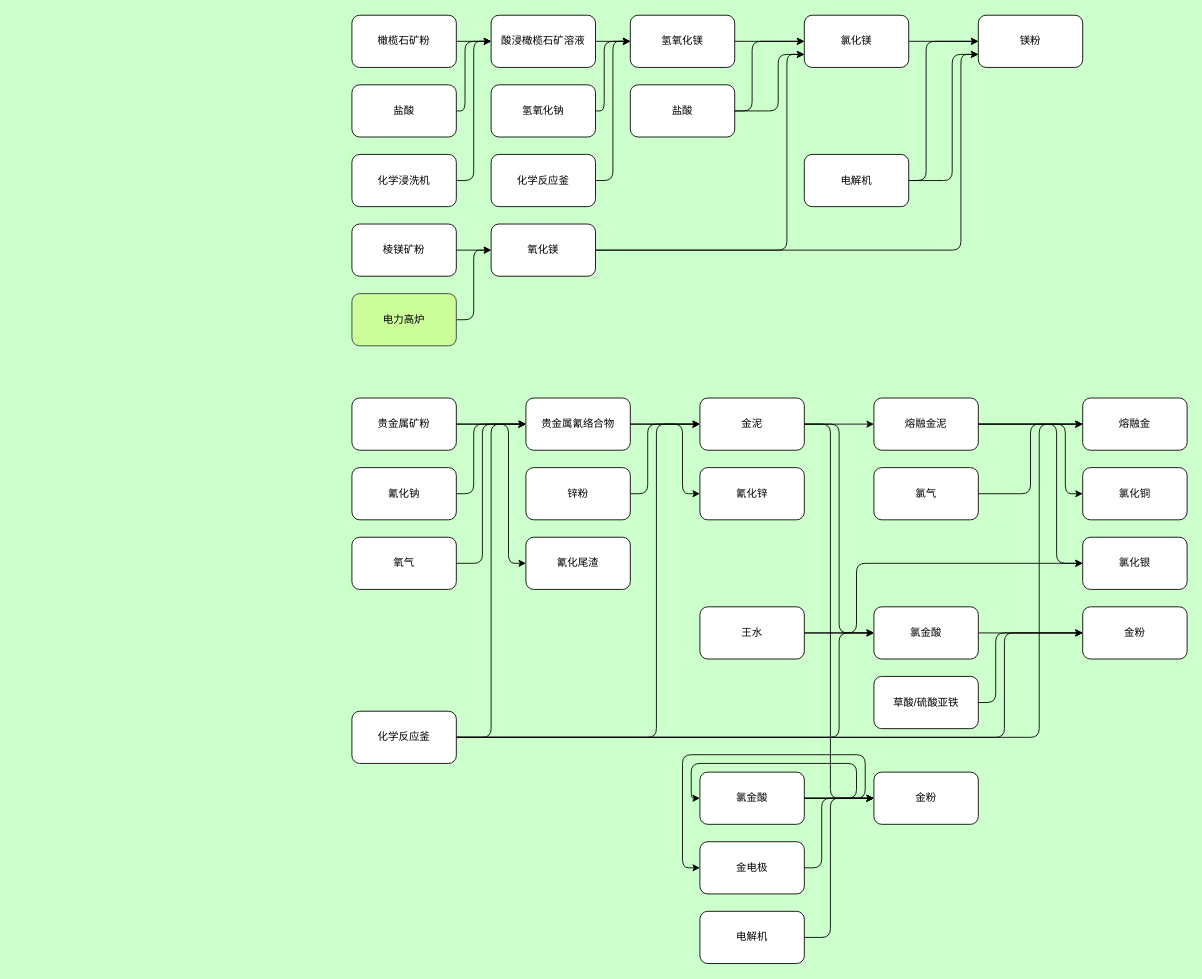
Earlier version of the draw.io diagram page "矿处" (3 of 3) of CTNH.drawio (CTNH-Team/CTNH-flow-chart). Source tidied: cells renumbered, new cells numbered last; positions are measured from the earlier drawing's top-left corner, leaving out a move shared by most shapes. Both pictures are drawn from the tidied source at 87%, with x=0, y=0 at pixel (351, 15).
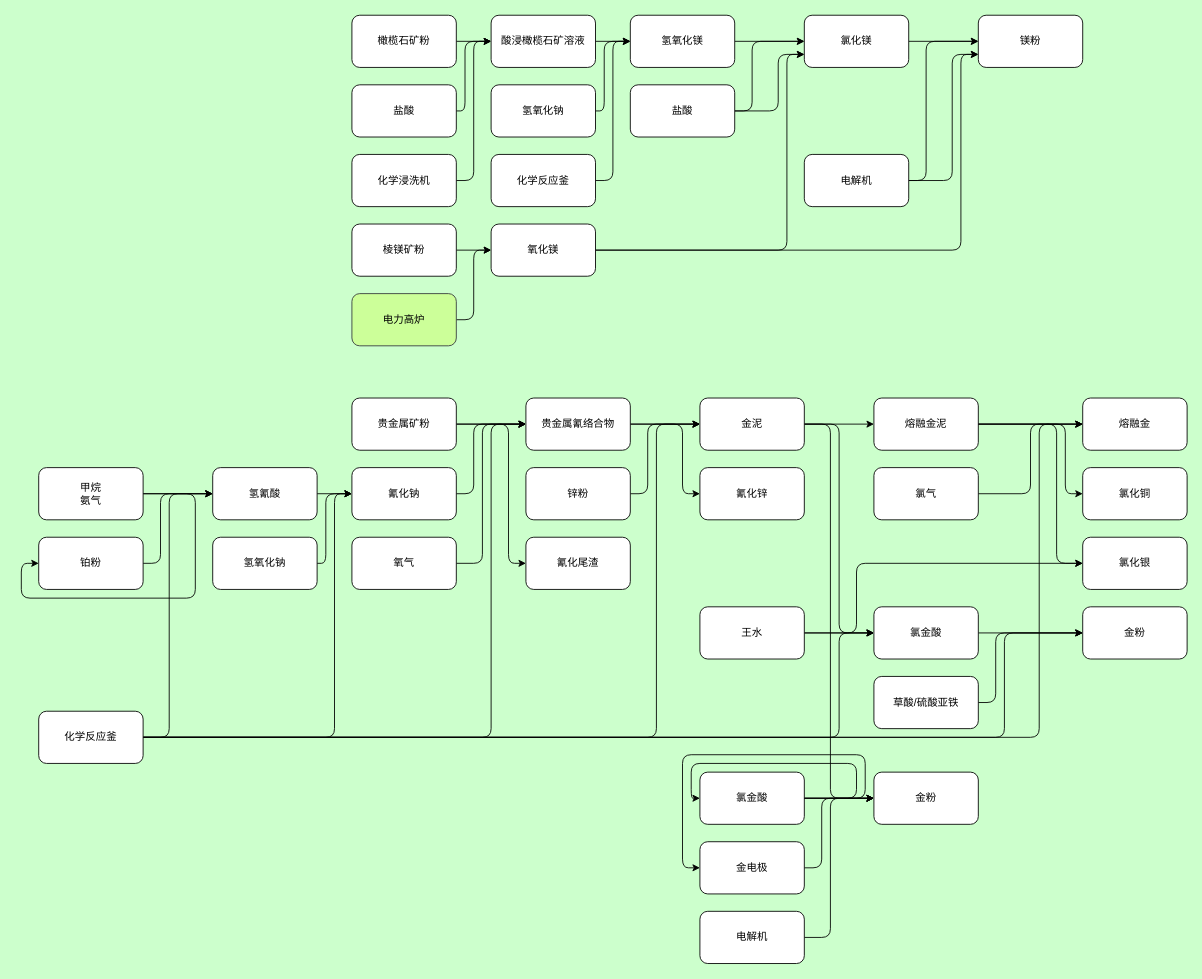
After the change.

Unchanged cells that the change refers to:
```xml
<mxCell id="36" value="氰化钠" style="rounded=1;whiteSpace=wrap;html=1;fontColor=light-dark(#000000,#000000);" parent="1" vertex="1">
  <mxGeometry y="520" width="120" height="60" as="geometry" />
</mxCell>
```

What changed in the source:
```diff
@@
+    <mxCell id="82" style="edgeStyle=orthogonalEdgeStyle;shape=connector;curved=0;rounded=1;jettySize=auto;html=1;exitX=1;exitY=0.5;exitDx=0;exitDy=0;entryX=0;entryY=0.5;entryDx=0;entryDy=0;strokeColor=default;align=center;verticalAlign=middle;fontFamily=Helvetica;fontSize=11;fontColor=default;labelBackgroundColor=default;endArrow=classic;" parent="1" edge="1" source="44" target="85">
+      <mxGeometry relative="1" as="geometry">
+        <Array as="points">
+          <mxPoint x="-210" y="830" />
+          <mxPoint x="-210" y="550" />
+        </Array>
+      </mxGeometry>
+    </mxCell>
+    <mxCell id="83" style="edgeStyle=orthogonalEdgeStyle;shape=connector;curved=0;rounded=1;jettySize=auto;html=1;exitX=1;exitY=0.5;exitDx=0;exitDy=0;entryX=0;entryY=0.5;entryDx=0;entryDy=0;strokeColor=default;align=center;verticalAlign=middle;fontFamily=Helvetica;fontSize=11;fontColor=default;labelBackgroundColor=default;endArrow=classic;" parent="1" edge="1" source="44" target="36">
+      <mxGeometry relative="1" as="geometry">
+        <Array as="points">
+          <mxPoint x="-20" y="830" />
+          <mxPoint x="-20" y="550" />
+        </Array>
+      </mxGeometry>
+    </mxCell>
     <mxCell id="44" value="化学反应釜" style="rounded=1;whiteSpace=wrap;html=1;fontColor=light-dark(#000000,#000000);" parent="1" vertex="1">
-      <mxGeometry y="800" width="120" height="60" as="geometry" />
+      <mxGeometry x="-360" y="800" width="120" height="60" as="geometry" />
     </mxCell>
@@
+    <mxCell id="84" style="edgeStyle=orthogonalEdgeStyle;shape=connector;curved=0;rounded=1;jettySize=auto;html=1;exitX=1;exitY=0.5;exitDx=0;exitDy=0;entryX=0;entryY=0.5;entryDx=0;entryDy=0;strokeColor=default;align=center;verticalAlign=middle;fontFamily=Helvetica;fontSize=11;fontColor=default;labelBackgroundColor=default;endArrow=classic;" parent="1" edge="1" source="85" target="36">
+      <mxGeometry relative="1" as="geometry" />
+    </mxCell>
+    <mxCell id="85" value="氢氰酸" style="rounded=1;whiteSpace=wrap;html=1;fontColor=light-dark(#000000,#000000);" parent="1" vertex="1">
+      <mxGeometry x="-160" y="520" width="120" height="60" as="geometry" />
+    </mxCell>
+    <mxCell id="86" style="edgeStyle=orthogonalEdgeStyle;shape=connector;curved=0;rounded=1;jettySize=auto;html=1;exitX=1;exitY=0.5;exitDx=0;exitDy=0;entryX=0;entryY=0.5;entryDx=0;entryDy=0;strokeColor=default;align=center;verticalAlign=middle;fontFamily=Helvetica;fontSize=11;fontColor=default;labelBackgroundColor=default;endArrow=classic;" parent="1" edge="1" source="88" target="85">
+      <mxGeometry relative="1" as="geometry" />
+    </mxCell>
+    <mxCell id="87" style="edgeStyle=orthogonalEdgeStyle;shape=connector;curved=0;rounded=1;jettySize=auto;html=1;exitX=1;exitY=0.5;exitDx=0;exitDy=0;entryX=0;entryY=0.5;entryDx=0;entryDy=0;strokeColor=default;align=center;verticalAlign=middle;fontFamily=Helvetica;fontSize=11;fontColor=default;labelBackgroundColor=default;endArrow=classic;" parent="1" edge="1" source="88" target="90">
+      <mxGeometry relative="1" as="geometry">
+        <Array as="points">
+          <mxPoint x="-180" y="550" />
+          <mxPoint x="-180" y="670" />
+          <mxPoint x="-380" y="670" />
+          <mxPoint x="-380" y="630" />
+        </Array>
+      </mxGeometry>
+    </mxCell>
+    <mxCell id="88" value="甲烷&lt;div&gt;氨气&lt;/div&gt;" style="rounded=1;whiteSpace=wrap;html=1;fontColor=light-dark(#000000,#000000);" parent="1" vertex="1">
+      <mxGeometry x="-360" y="520" width="120" height="60" as="geometry" />
+    </mxCell>
+    <mxCell id="89" style="edgeStyle=orthogonalEdgeStyle;shape=connector;curved=0;rounded=1;jettySize=auto;html=1;exitX=1;exitY=0.5;exitDx=0;exitDy=0;entryX=0;entryY=0.5;entryDx=0;entryDy=0;strokeColor=default;align=center;verticalAlign=middle;fontFamily=Helvetica;fontSize=11;fontColor=default;labelBackgroundColor=default;endArrow=classic;" parent="1" edge="1" source="90" target="85">
+      <mxGeometry relative="1" as="geometry">
+        <Array as="points">
+          <mxPoint x="-220" y="630" />
+          <mxPoint x="-220" y="550" />
+        </Array>
+      </mxGeometry>
+    </mxCell>
+    <mxCell id="90" value="铂粉" style="rounded=1;whiteSpace=wrap;html=1;fontColor=light-dark(#000000,#000000);" parent="1" vertex="1">
+      <mxGeometry x="-360" y="600" width="120" height="60" as="geometry" />
+    </mxCell>
+    <mxCell id="91" style="edgeStyle=orthogonalEdgeStyle;shape=connector;curved=0;rounded=1;jettySize=auto;html=1;exitX=1;exitY=0.5;exitDx=0;exitDy=0;entryX=0;entryY=0.5;entryDx=0;entryDy=0;strokeColor=default;align=center;verticalAlign=middle;fontFamily=Helvetica;fontSize=11;fontColor=default;labelBackgroundColor=default;endArrow=classic;" parent="1" edge="1" source="92" target="36">
+      <mxGeometry relative="1" as="geometry">
+        <Array as="points">
+          <mxPoint x="-30" y="630" />
+          <mxPoint x="-30" y="550" />
+        </Array>
+      </mxGeometry>
+    </mxCell>
+    <mxCell id="92" value="氢氧化钠" style="rounded=1;whiteSpace=wrap;html=1;fontColor=light-dark(#000000,#000000);" parent="1" vertex="1">
+      <mxGeometry x="-160" y="600" width="120" height="60" as="geometry" />
+    </mxCell>
```
